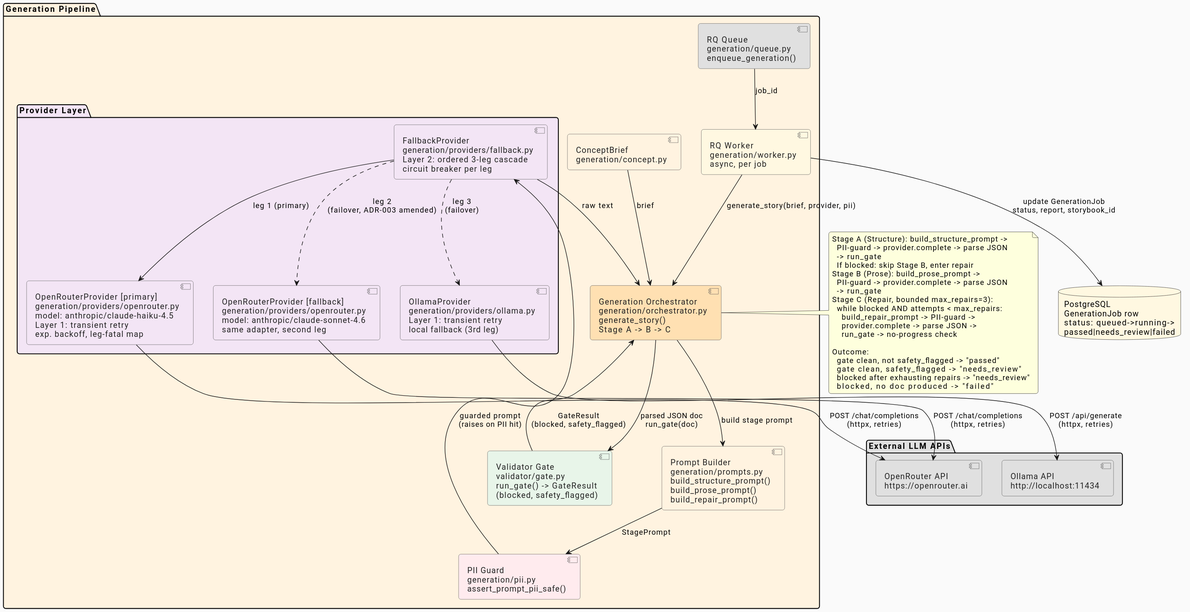
ByronWilliamsCPA/cyo-adventure keeps this PlantUML diagram as docs/architecture/diagrams/component-generation.svg. Above is the earlier version. Its diagram source:
```plantuml
@startuml

skinparam defaultFontName "Roboto"
skinparam backgroundColor #FAFAFA
skinparam roundCorner 8
skinparam componentStyle uml2

skinparam component {
  BorderColor #555555
  FontColor #222222
}

package "Generation Pipeline" #FFF3E0 {

  component "ConceptBrief\ngeneration/concept.py" as concept #FFF3E0

  component "PII Guard\ngeneration/pii.py\nassert_prompt_pii_safe()" as pii #FFEBEE

  component "Prompt Builder\ngeneration/prompts.py\nbuild_structure_prompt()\nbuild_prose_prompt()\nbuild_repair_prompt()" as prompts #FFF3E0

  component "Generation Orchestrator\ngeneration/orchestrator.py\ngenerate_story()\nStage A -> B -> C" as orchestrator #FFE0B2

  package "Provider Layer" #F3E5F5 {
    component "FallbackProvider\ngeneration/providers/fallback.py\nLayer 2: ordered 3-leg cascade\ncircuit breaker per leg" as fallback #F3E5F5

    component "OpenRouterProvider [primary]\ngeneration/providers/openrouter.py\nmodel: anthropic/claude-haiku-4.5\nLayer 1: transient retry\nexp. backoff, leg-fatal map" as openrouter #F3E5F5

    component "OpenRouterProvider [fallback]\ngeneration/providers/openrouter.py\nmodel: anthropic/claude-sonnet-4.6\nsame adapter, second leg" as openrouter_fb #F3E5F5

    component "OllamaProvider\ngeneration/providers/ollama.py\nLayer 1: transient retry\nlocal fallback (3rd leg)" as ollama_prov #F3E5F5
  }

  component "Validator Gate\nvalidator/gate.py\nrun_gate() -> GateResult\n(blocked, safety_flagged)" as gate #E8F5E9

  component "RQ Queue\ngeneration/queue.py\nenqueue_generation()" as queue #E0E0E0

  component "RQ Worker\ngeneration/worker.py\nasync, per job" as worker_comp #FFF8E1

}

package "External LLM APIs" #E0E0E0 {
  component "OpenRouter API\nhttps://openrouter.ai" as or_api #E0E0E0
  component "Ollama API\nhttp://localhost:11434" as ol_api #E0E0E0
}

database "PostgreSQL\nGenerationJob row\nstatus: queued->running->\npassed|needs_review|failed" as pg #FFF8E1

concept --> orchestrator : "brief"
orchestrator --> prompts : "build stage prompt"
prompts --> pii : "StagePrompt"
pii --> fallback : "guarded prompt\n(raises on PII hit)"
fallback --> openrouter : "leg 1 (primary)"
fallback ..> openrouter_fb : "leg 2\n(failover, ADR-003 amended)"
fallback ..> ollama_prov : "leg 3\n(failover)"
openrouter --> or_api : "POST /chat/completions\n(httpx, retries)"
openrouter_fb --> or_api : "POST /chat/completions\n(httpx, retries)"
ollama_prov --> ol_api : "POST /api/generate\n(httpx, retries)"
fallback --> orchestrator : "raw text"
orchestrator --> gate : "parsed JSON doc\nrun_gate(doc)"
gate --> orchestrator : "GateResult\n(blocked, safety_flagged)"

note right of orchestrator
  Stage A (Structure): build_structure_prompt ->
    PII-guard -> provider.complete -> parse JSON
    -> run_gate
    If blocked: skip Stage B, enter repair
  Stage B (Prose): build_prose_prompt ->
    PII-guard -> provider.complete -> parse JSON
    -> run_gate
  Stage C (Repair, bounded max_repairs=3):
    while blocked AND attempts < max_repairs:
      build_repair_prompt -> PII-guard ->
      provider.complete -> parse JSON ->
      run_gate -> no-progress check

  Outcome:
    gate clean, not safety_flagged  -> "passed"
    gate clean, safety_flagged       -> "needs_review"
    blocked after exhausting repairs -> "needs_review"
    blocked, no doc produced         -> "failed"
end note

queue --> worker_comp : "job_id"
worker_comp --> orchestrator : "generate_story(brief, provider, pii)"
worker_comp --> pg : "update GenerationJob\nstatus, report, storybook_id"
@enduml
```
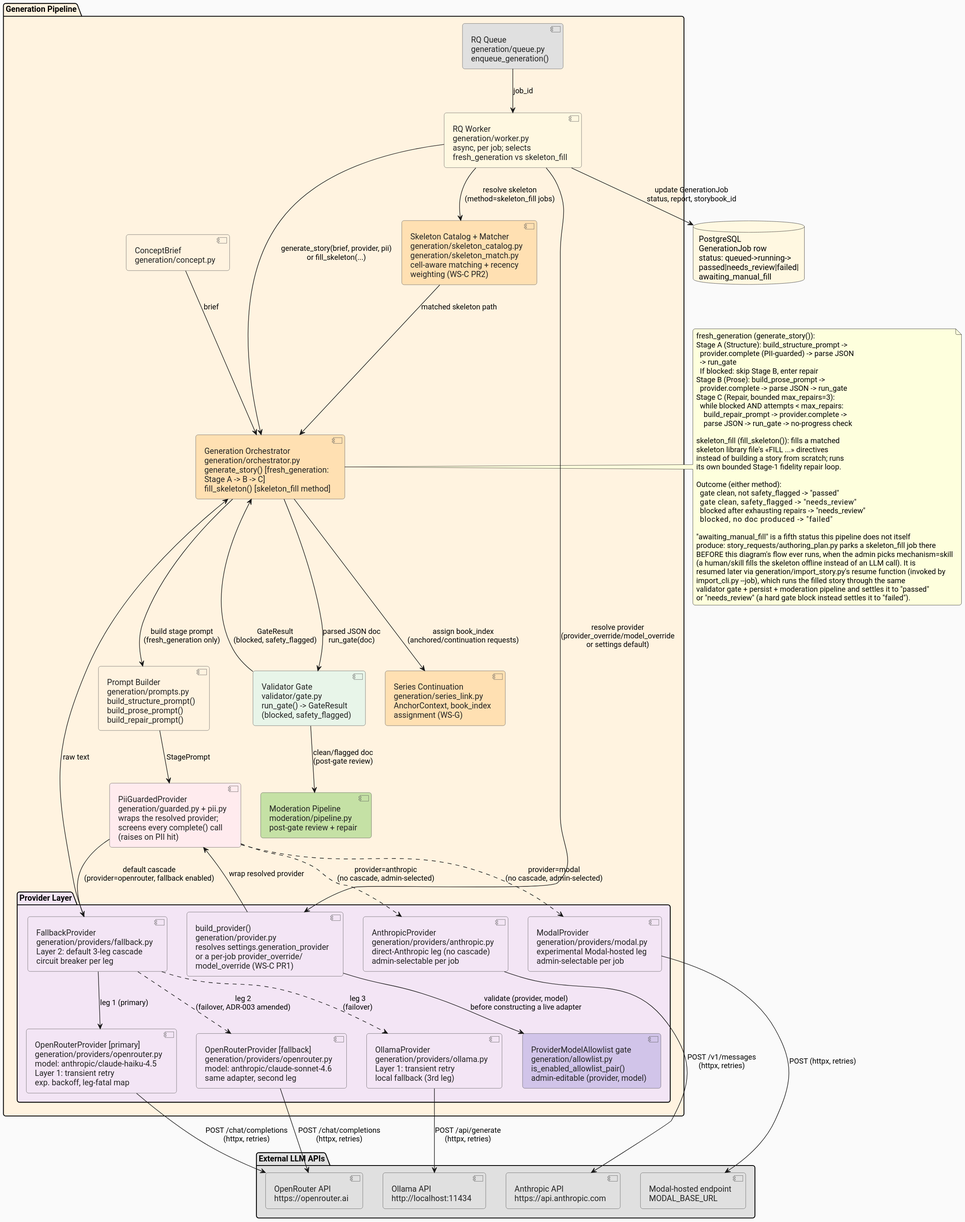
The same file after the commit.

Diff of the diagram source:
```diff
@@ -14,73 +14,113 @@
 
   component "ConceptBrief\ngeneration/concept.py" as concept #FFF3E0
 
-  component "PII Guard\ngeneration/pii.py\nassert_prompt_pii_safe()" as pii #FFEBEE
+  component "Skeleton Catalog + Matcher\ngeneration/skeleton_catalog.py\ngeneration/skeleton_match.py\ncell-aware matching + recency\nweighting (WS-C PR2)" as skeleton_match #FFE0B2
+
+  component "PiiGuardedProvider\ngeneration/guarded.py + pii.py\nwraps the resolved provider;\nscreens every complete() call\n(raises on PII hit)" as pii #FFEBEE
 
   component "Prompt Builder\ngeneration/prompts.py\nbuild_structure_prompt()\nbuild_prose_prompt()\nbuild_repair_prompt()" as prompts #FFF3E0
 
-  component "Generation Orchestrator\ngeneration/orchestrator.py\ngenerate_story()\nStage A -> B -> C" as orchestrator #FFE0B2
+  component "Generation Orchestrator\ngeneration/orchestrator.py\ngenerate_story() [fresh_generation:\nStage A -> B -> C]\nfill_skeleton() [skeleton_fill method]" as orchestrator #FFE0B2
+
+  component "Series Continuation\ngeneration/series_link.py\nAnchorContext, book_index\nassignment (WS-G)" as series_link #FFE0B2
 
   package "Provider Layer" #F3E5F5 {
-    component "FallbackProvider\ngeneration/providers/fallback.py\nLayer 2: ordered 3-leg cascade\ncircuit breaker per leg" as fallback #F3E5F5
+    component "ProviderModelAllowlist gate\ngeneration/allowlist.py\nis_enabled_allowlist_pair()\nadmin-editable (provider, model)" as allowlist #D1C4E9
+
+    component "build_provider()\ngeneration/provider.py\nresolves settings.generation_provider\nor a per-job provider_override/\nmodel_override (WS-C PR1)" as build_provider #F3E5F5
+
+    component "FallbackProvider\ngeneration/providers/fallback.py\nLayer 2: default 3-leg cascade\ncircuit breaker per leg" as fallback #F3E5F5
 
     component "OpenRouterProvider [primary]\ngeneration/providers/openrouter.py\nmodel: anthropic/claude-haiku-4.5\nLayer 1: transient retry\nexp. backoff, leg-fatal map" as openrouter #F3E5F5
 
     component "OpenRouterProvider [fallback]\ngeneration/providers/openrouter.py\nmodel: anthropic/claude-sonnet-4.6\nsame adapter, second leg" as openrouter_fb #F3E5F5
 
     component "OllamaProvider\ngeneration/providers/ollama.py\nLayer 1: transient retry\nlocal fallback (3rd leg)" as ollama_prov #F3E5F5
+
+    component "AnthropicProvider\ngeneration/providers/anthropic.py\ndirect-Anthropic leg (no cascade)\nadmin-selectable per job" as anthropic_prov #F3E5F5
+
+    component "ModalProvider\ngeneration/providers/modal.py\nexperimental Modal-hosted leg\nadmin-selectable per job" as modal_prov #F3E5F5
   }
 
   component "Validator Gate\nvalidator/gate.py\nrun_gate() -> GateResult\n(blocked, safety_flagged)" as gate #E8F5E9
 
+  component "Moderation Pipeline\nmoderation/pipeline.py\npost-gate review + repair" as moderation_pipe #C5E1A5
+
   component "RQ Queue\ngeneration/queue.py\nenqueue_generation()" as queue #E0E0E0
 
-  component "RQ Worker\ngeneration/worker.py\nasync, per job" as worker_comp #FFF8E1
+  component "RQ Worker\ngeneration/worker.py\nasync, per job; selects\nfresh_generation vs skeleton_fill" as worker_comp #FFF8E1
 
 }
 
 package "External LLM APIs" #E0E0E0 {
   component "OpenRouter API\nhttps://openrouter.ai" as or_api #E0E0E0
   component "Ollama API\nhttp://localhost:11434" as ol_api #E0E0E0
+  component "Anthropic API\nhttps://api.anthropic.com" as anthropic_api #E0E0E0
+  component "Modal-hosted endpoint\nMODAL_BASE_URL" as modal_api #E0E0E0
 }
 
-database "PostgreSQL\nGenerationJob row\nstatus: queued->running->\npassed|needs_review|failed" as pg #FFF8E1
+database "PostgreSQL\nGenerationJob row\nstatus: queued->running->\npassed|needs_review|failed|\nawaiting_manual_fill" as pg #FFF8E1
 
 concept --> orchestrator : "brief"
-orchestrator --> prompts : "build stage prompt"
+worker_comp --> skeleton_match : "resolve skeleton\n(method=skeleton_fill jobs)"
+skeleton_match --> orchestrator : "matched skeleton path"
+orchestrator --> series_link : "assign book_index\n(anchored/continuation requests)"
+orchestrator --> prompts : "build stage prompt\n(fresh_generation only)"
 prompts --> pii : "StagePrompt"
-pii --> fallback : "guarded prompt\n(raises on PII hit)"
+worker_comp --> build_provider : "resolve provider\n(provider_override/model_override\nor settings default)"
+build_provider --> allowlist : "validate (provider, model)\nbefore constructing a live adapter"
+build_provider --> pii : "wrap resolved provider"
+pii --> fallback : "default cascade\n(provider=openrouter, fallback enabled)"
 fallback --> openrouter : "leg 1 (primary)"
 fallback ..> openrouter_fb : "leg 2\n(failover, ADR-003 amended)"
 fallback ..> ollama_prov : "leg 3\n(failover)"
+pii ..> anthropic_prov : "provider=anthropic\n(no cascade, admin-selected)"
+pii ..> modal_prov : "provider=modal\n(no cascade, admin-selected)"
 openrouter --> or_api : "POST /chat/completions\n(httpx, retries)"
 openrouter_fb --> or_api : "POST /chat/completions\n(httpx, retries)"
 ollama_prov --> ol_api : "POST /api/generate\n(httpx, retries)"
+anthropic_prov --> anthropic_api : "POST /v1/messages\n(httpx, retries)"
+modal_prov --> modal_api : "POST (httpx, retries)"
 fallback --> orchestrator : "raw text"
 orchestrator --> gate : "parsed JSON doc\nrun_gate(doc)"
 gate --> orchestrator : "GateResult\n(blocked, safety_flagged)"
+gate --> moderation_pipe : "clean/flagged doc\n(post-gate review)"
 
 note right of orchestrator
+  fresh_generation (generate_story()):
   Stage A (Structure): build_structure_prompt ->
-    PII-guard -> provider.complete -> parse JSON
+    provider.complete (PII-guarded) -> parse JSON
     -> run_gate
     If blocked: skip Stage B, enter repair
   Stage B (Prose): build_prose_prompt ->
-    PII-guard -> provider.complete -> parse JSON
-    -> run_gate
+    provider.complete -> parse JSON -> run_gate
   Stage C (Repair, bounded max_repairs=3):
     while blocked AND attempts < max_repairs:
-      build_repair_prompt -> PII-guard ->
-      provider.complete -> parse JSON ->
-      run_gate -> no-progress check
+      build_repair_prompt -> provider.complete ->
+      parse JSON -> run_gate -> no-progress check
 
-  Outcome:
+  skeleton_fill (fill_skeleton()): fills a matched
+  skeleton library file's <<FILL ...>> directives
+  instead of building a story from scratch; runs
+  its own bounded Stage-1 fidelity repair loop.
+
+  Outcome (either method):
     gate clean, not safety_flagged  -> "passed"
     gate clean, safety_flagged       -> "needs_review"
     blocked after exhausting repairs -> "needs_review"
     blocked, no doc produced         -> "failed"
+
+  "awaiting_manual_fill" is a fifth status this pipeline does not itself
+  produce: story_requests/authoring_plan.py parks a skeleton_fill job there
+  BEFORE this diagram's flow ever runs, when the admin picks mechanism=skill
+  (a human/skill fills the skeleton offline instead of an LLM call). It is
+  resumed later via generation/import_story.py's resume function (invoked by
+  import_cli.py --job), which runs the filled story through the same
+  validator gate + persist + moderation pipeline and settles it to "passed"
+  or "needs_review" (a hard gate block instead settles it to "failed").
 end note
 
 queue --> worker_comp : "job_id"
-worker_comp --> orchestrator : "generate_story(brief, provider, pii)"
+worker_comp --> orchestrator : "generate_story(brief, provider, pii)\nor fill_skeleton(...)"
 worker_comp --> pg : "update GenerationJob\nstatus, report, storybook_id"
 @enduml
```
